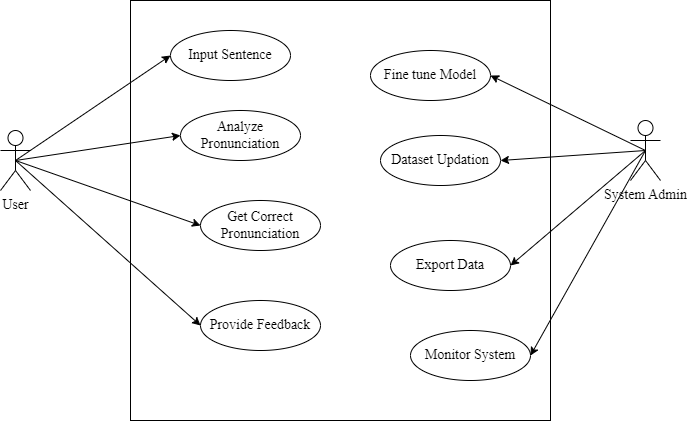
Before: .AMDUseCaseDiagram.png, a diagram exported from draw.io (JoshiPrabin/Diagrams). Source tidied: cells renumbered, new cells last; positions are measured from the earlier drawing's top-left corner, leaving out a move shared by most shapes. Source of this version:
```xml
<mxGraphModel>
  <root>
    <mxCell id="0" />
    <mxCell id="1" parent="0" />
    <mxCell id="2" style="whiteSpace=wrap;html=1;" parent="1" vertex="1">
      <mxGeometry x="130" width="420" height="420" as="geometry" />
    </mxCell>
    <mxCell id="3" value="&lt;font face=&quot;Times New Roman&quot; style=&quot;font-size: 14px;&quot;&gt;User&lt;/font&gt;" style="shape=umlActor;verticalLabelPosition=bottom;verticalAlign=top;html=1;outlineConnect=0;" parent="1" vertex="1">
      <mxGeometry y="130" width="30" height="60" as="geometry" />
    </mxCell>
    <mxCell id="4" value="&lt;font face=&quot;Times New Roman&quot; style=&quot;font-size: 14px;&quot;&gt;System Admin&lt;/font&gt;" style="shape=umlActor;verticalLabelPosition=bottom;verticalAlign=top;html=1;outlineConnect=0;" parent="1" vertex="1">
      <mxGeometry x="630" y="120" width="30" height="60" as="geometry" />
    </mxCell>
    <mxCell id="5" value="&lt;font style=&quot;font-size: 14px;&quot; face=&quot;Times New Roman&quot;&gt;Input Sentence&lt;/font&gt;" style="ellipse;whiteSpace=wrap;html=1;" parent="1" vertex="1">
      <mxGeometry x="170" y="30" width="120" height="50" as="geometry" />
    </mxCell>
    <mxCell id="6" value="&lt;font face=&quot;Times New Roman&quot;&gt;&lt;span style=&quot;font-size: 14px;&quot;&gt;Analyze Pronunciation&lt;/span&gt;&lt;/font&gt;" style="ellipse;whiteSpace=wrap;html=1;" parent="1" vertex="1">
      <mxGeometry x="180" y="110" width="120" height="50" as="geometry" />
    </mxCell>
    <mxCell id="7" value="&lt;font face=&quot;Times New Roman&quot;&gt;&lt;span style=&quot;font-size: 14px;&quot;&gt;Get Correct Pronunciation&lt;/span&gt;&lt;/font&gt;" style="ellipse;whiteSpace=wrap;html=1;" parent="1" vertex="1">
      <mxGeometry x="200" y="200" width="120" height="50" as="geometry" />
    </mxCell>
    <mxCell id="8" value="&lt;font style=&quot;font-size: 14px;&quot; face=&quot;Times New Roman&quot;&gt;Fine tune Model&lt;/font&gt;" style="ellipse;whiteSpace=wrap;html=1;" parent="1" vertex="1">
      <mxGeometry x="370" y="50" width="120" height="50" as="geometry" />
    </mxCell>
    <mxCell id="9" value="&lt;font face=&quot;Times New Roman&quot;&gt;&lt;span style=&quot;font-size: 14px;&quot;&gt;Dataset Updation&lt;/span&gt;&lt;/font&gt;" style="ellipse;whiteSpace=wrap;html=1;" parent="1" vertex="1">
      <mxGeometry x="380" y="135" width="120" height="50" as="geometry" />
    </mxCell>
    <mxCell id="10" value="&lt;font style=&quot;font-size: 14px;&quot; face=&quot;Times New Roman&quot;&gt;Export Data&lt;/font&gt;" style="ellipse;whiteSpace=wrap;html=1;" parent="1" vertex="1">
      <mxGeometry x="390" y="240" width="120" height="50" as="geometry" />
    </mxCell>
    <mxCell id="11" value="&lt;font face=&quot;Times New Roman&quot;&gt;&lt;span style=&quot;font-size: 14px;&quot;&gt;Monitor System&lt;/span&gt;&lt;/font&gt;" style="ellipse;whiteSpace=wrap;html=1;" parent="1" vertex="1">
      <mxGeometry x="410" y="330" width="120" height="50" as="geometry" />
    </mxCell>
    <mxCell id="12" value="&lt;font face=&quot;Times New Roman&quot;&gt;&lt;span style=&quot;font-size: 14px;&quot;&gt;Provide Feedback&lt;/span&gt;&lt;/font&gt;" style="ellipse;whiteSpace=wrap;html=1;" parent="1" vertex="1">
      <mxGeometry x="200" y="300" width="120" height="50" as="geometry" />
    </mxCell>
    <mxCell id="13" style="endArrow=classic;html=1;rounded=0;exitX=0.5;exitY=0.5;exitDx=0;exitDy=0;exitPerimeter=0;entryX=0;entryY=0.5;entryDx=0;entryDy=0;" parent="1" edge="1" source="3" target="5">
      <mxGeometry relative="1" as="geometry" />
    </mxCell>
    <mxCell id="14" style="endArrow=classic;html=1;rounded=0;exitX=0.5;exitY=0.5;exitDx=0;exitDy=0;exitPerimeter=0;entryX=0;entryY=0.5;entryDx=0;entryDy=0;" parent="1" edge="1" source="3" target="6">
      <mxGeometry relative="1" as="geometry" />
    </mxCell>
    <mxCell id="15" style="endArrow=classic;html=1;rounded=0;exitX=0.5;exitY=0.5;exitDx=0;exitDy=0;exitPerimeter=0;entryX=0;entryY=0.5;entryDx=0;entryDy=0;" parent="1" edge="1" source="3" target="7">
      <mxGeometry relative="1" as="geometry" />
    </mxCell>
    <mxCell id="16" style="endArrow=classic;html=1;rounded=0;entryX=0;entryY=0.5;entryDx=0;entryDy=0;exitX=0.5;exitY=0.5;exitDx=0;exitDy=0;exitPerimeter=0;" parent="1" edge="1" source="3" target="12">
      <mxGeometry relative="1" as="geometry" />
    </mxCell>
    <mxCell id="17" style="endArrow=classic;html=1;rounded=0;exitX=0.5;exitY=0.5;exitDx=0;exitDy=0;exitPerimeter=0;entryX=1;entryY=0.5;entryDx=0;entryDy=0;" parent="1" edge="1" source="4" target="8">
      <mxGeometry relative="1" as="geometry" />
    </mxCell>
    <mxCell id="18" style="endArrow=classic;html=1;rounded=0;entryX=1;entryY=0.5;entryDx=0;entryDy=0;exitX=0.5;exitY=0.5;exitDx=0;exitDy=0;exitPerimeter=0;" parent="1" edge="1" source="4" target="9">
      <mxGeometry relative="1" as="geometry" />
    </mxCell>
    <mxCell id="19" style="endArrow=classic;html=1;rounded=0;exitX=0.5;exitY=0.5;exitDx=0;exitDy=0;exitPerimeter=0;entryX=1;entryY=0.5;entryDx=0;entryDy=0;" parent="1" edge="1" source="4" target="10">
      <mxGeometry relative="1" as="geometry" />
    </mxCell>
    <mxCell id="20" style="endArrow=classic;html=1;rounded=0;entryX=1;entryY=0.5;entryDx=0;entryDy=0;exitX=0.5;exitY=0.5;exitDx=0;exitDy=0;exitPerimeter=0;" parent="1" edge="1" source="4" target="11">
      <mxGeometry relative="1" as="geometry" />
    </mxCell>
  </root>
</mxGraphModel>
```
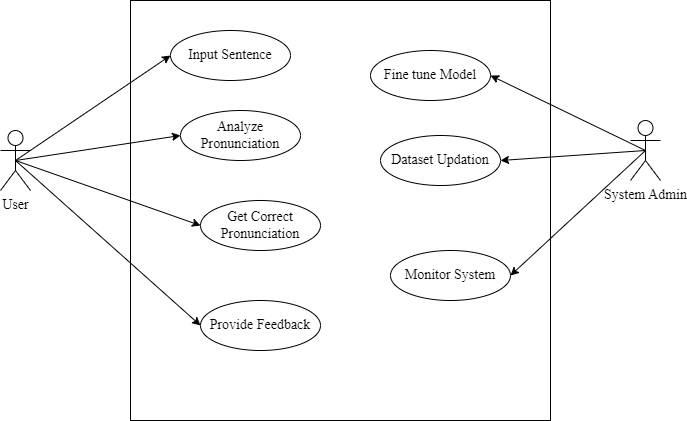
Later version of the same file.

Commit message:
Updated Use Case Diagram

The edit, as a diff of the source:
```diff
@@ -26,11 +26,8 @@
     <mxCell id="9" value="&lt;font face=&quot;Times New Roman&quot;&gt;&lt;span style=&quot;font-size: 14px;&quot;&gt;Dataset Updation&lt;/span&gt;&lt;/font&gt;" style="ellipse;whiteSpace=wrap;html=1;" parent="1" vertex="1">
       <mxGeometry x="380" y="135" width="120" height="50" as="geometry" />
     </mxCell>
-    <mxCell id="10" value="&lt;font style=&quot;font-size: 14px;&quot; face=&quot;Times New Roman&quot;&gt;Export Data&lt;/font&gt;" style="ellipse;whiteSpace=wrap;html=1;" parent="1" vertex="1">
-      <mxGeometry x="390" y="240" width="120" height="50" as="geometry" />
-    </mxCell>
     <mxCell id="11" value="&lt;font face=&quot;Times New Roman&quot;&gt;&lt;span style=&quot;font-size: 14px;&quot;&gt;Monitor System&lt;/span&gt;&lt;/font&gt;" style="ellipse;whiteSpace=wrap;html=1;" parent="1" vertex="1">
-      <mxGeometry x="410" y="330" width="120" height="50" as="geometry" />
+      <mxGeometry x="390" y="250" width="120" height="50" as="geometry" />
     </mxCell>
     <mxCell id="12" value="&lt;font face=&quot;Times New Roman&quot;&gt;&lt;span style=&quot;font-size: 14px;&quot;&gt;Provide Feedback&lt;/span&gt;&lt;/font&gt;" style="ellipse;whiteSpace=wrap;html=1;" parent="1" vertex="1">
       <mxGeometry x="200" y="300" width="120" height="50" as="geometry" />
@@ -53,9 +50,6 @@
     <mxCell id="18" style="endArrow=classic;html=1;rounded=0;entryX=1;entryY=0.5;entryDx=0;entryDy=0;exitX=0.5;exitY=0.5;exitDx=0;exitDy=0;exitPerimeter=0;" parent="1" edge="1" source="4" target="9">
       <mxGeometry relative="1" as="geometry" />
     </mxCell>
-    <mxCell id="19" style="endArrow=classic;html=1;rounded=0;exitX=0.5;exitY=0.5;exitDx=0;exitDy=0;exitPerimeter=0;entryX=1;entryY=0.5;entryDx=0;entryDy=0;" parent="1" edge="1" source="4" target="10">
-      <mxGeometry relative="1" as="geometry" />
-    </mxCell>
     <mxCell id="20" style="endArrow=classic;html=1;rounded=0;entryX=1;entryY=0.5;entryDx=0;entryDy=0;exitX=0.5;exitY=0.5;exitDx=0;exitDy=0;exitPerimeter=0;" parent="1" edge="1" source="4" target="11">
       <mxGeometry relative="1" as="geometry" />
     </mxCell>
```
